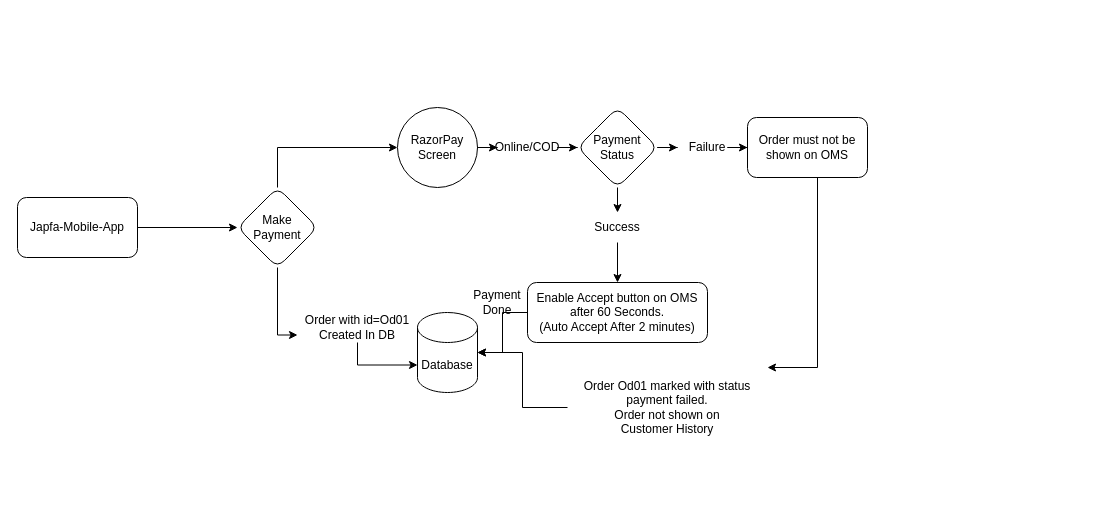
This is Untitled Diagram.drawio from namanchopra21087/design-documents, a draw.io file, before an edit. Source tidied: cells renumbered, new cells numbered last; positions are measured from the earlier drawing's top-left corner, leaving out a move shared by most shapes. Both pictures are drawn from the tidied source at 100%, with x=0, y=0 at pixel (17, 107).
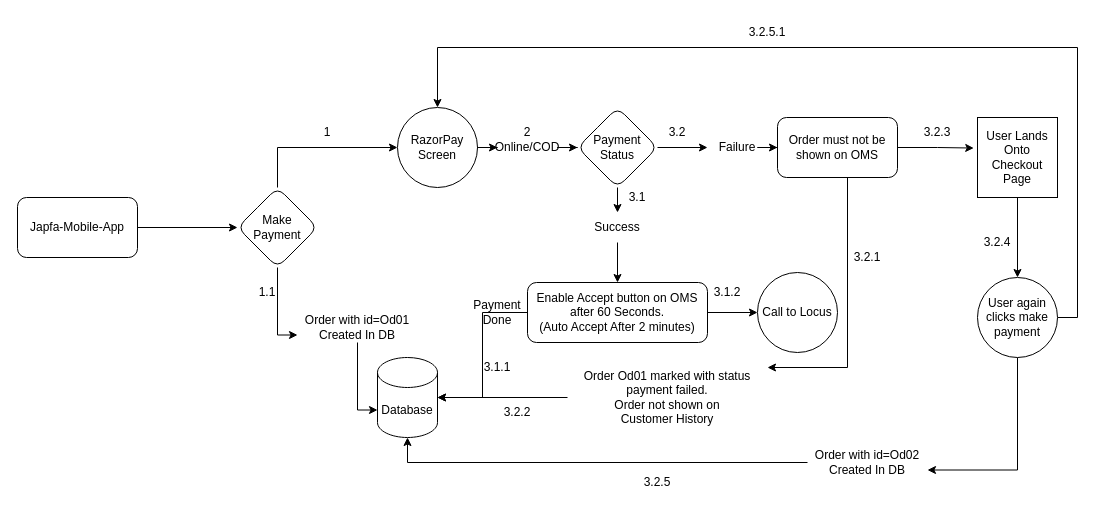
The same diagram, later.

Unchanged cells that the change refers to:
```xml
<mxCell id="11" value="RazorPay&lt;br&gt;Screen" style="ellipse;whiteSpace=wrap;html=1;rounded=1;" parent="1" vertex="1">
  <mxGeometry x="380" width="80" height="80" as="geometry" />
</mxCell>
<mxCell id="15" value="Enable Accept button on OMS after 60 Seconds.&lt;br&gt;(Auto Accept After 2 minutes)" style="rounded=1;whiteSpace=wrap;html=1;" parent="1" vertex="1">
  <mxGeometry x="510" y="175" width="180" height="60" as="geometry" />
</mxCell>
```

What changed in the source:
```diff
@@
     <mxCell id="6" value="Database" style="shape=cylinder3;whiteSpace=wrap;html=1;boundedLbl=1;backgroundOutline=1;size=15;" parent="1" vertex="1">
-      <mxGeometry x="400" y="205" width="60" height="80" as="geometry" />
+      <mxGeometry x="360" y="250" width="60" height="80" as="geometry" />
     </mxCell>
@@
+    <mxCell id="28" style="edgeStyle=orthogonalEdgeStyle;rounded=0;jettySize=auto;html=1;" parent="1" edge="1" source="15" target="44">
+      <mxGeometry relative="1" as="geometry" />
+    </mxCell>
@@
     <mxCell id="17" value="Order must not be shown on OMS" style="whiteSpace=wrap;html=1;rounded=1;" parent="1" vertex="1">
-      <mxGeometry x="730" y="10" width="120" height="60" as="geometry" />
+      <mxGeometry x="760" y="10" width="120" height="60" as="geometry" />
     </mxCell>
@@
     <mxCell id="23" value="Failure" style="text;html=1;strokeColor=none;fillColor=none;align=center;verticalAlign=middle;whiteSpace=wrap;rounded=0;" parent="1" vertex="1">
-      <mxGeometry x="660" y="25" width="60" height="30" as="geometry" />
+      <mxGeometry x="690" y="25" width="60" height="30" as="geometry" />
     </mxCell>
@@
     <mxCell id="25" value="Payment Done" style="text;html=1;strokeColor=none;fillColor=none;align=center;verticalAlign=middle;whiteSpace=wrap;rounded=0;" parent="1" vertex="1">
-      <mxGeometry x="450" y="180" width="60" height="30" as="geometry" />
+      <mxGeometry x="450" y="190" width="60" height="30" as="geometry" />
     </mxCell>
     <mxCell id="26" style="edgeStyle=orthogonalEdgeStyle;rounded=0;jettySize=auto;html=1;" parent="1" edge="1" source="17" target="27">
       <mxGeometry relative="1" as="geometry">
         <Array as="points">
-          <mxPoint x="800" y="260" />
+          <mxPoint x="830" y="260" />
         </Array>
       </mxGeometry>
     </mxCell>
     <mxCell id="27" value="Order Od01 marked with status payment failed.&lt;br&gt;Order not shown on Customer&amp;nbsp;History" style="text;html=1;strokeColor=none;fillColor=none;align=center;verticalAlign=middle;whiteSpace=wrap;rounded=0;" parent="1" vertex="1">
-      <mxGeometry x="550" y="250" width="200" height="100" as="geometry" />
+      <mxGeometry x="550" y="240" width="200" height="100" as="geometry" />
     </mxCell>
+    <mxCell id="29" style="edgeStyle=orthogonalEdgeStyle;rounded=0;jettySize=auto;html=1;" parent="1" edge="1" source="30" target="34">
+      <mxGeometry relative="1" as="geometry" />
+    </mxCell>
+    <mxCell id="30" value="User Lands Onto Checkout Page" style="whiteSpace=wrap;html=1;" parent="1" vertex="1">
+      <mxGeometry x="960" y="10" width="80" height="80" as="geometry" />
+    </mxCell>
+    <mxCell id="31" style="edgeStyle=orthogonalEdgeStyle;rounded=0;jettySize=auto;html=1;entryX=-0.047;entryY=0.382;entryDx=0;entryDy=0;entryPerimeter=0;" parent="1" edge="1" source="17" target="30">
+      <mxGeometry relative="1" as="geometry" />
+    </mxCell>
+    <mxCell id="32" style="edgeStyle=orthogonalEdgeStyle;rounded=0;jettySize=auto;html=1;entryX=1;entryY=0.75;entryDx=0;entryDy=0;exitX=0.5;exitY=1;exitDx=0;exitDy=0;" parent="1" edge="1" source="34" target="36">
+      <mxGeometry relative="1" as="geometry" />
+    </mxCell>
+    <mxCell id="33" style="edgeStyle=orthogonalEdgeStyle;rounded=0;jettySize=auto;html=1;" parent="1" edge="1" source="34" target="11">
+      <mxGeometry relative="1" as="geometry">
+        <Array as="points">
+          <mxPoint x="1060" y="210" />
+          <mxPoint x="1060" y="-60" />
+          <mxPoint x="420" y="-60" />
+        </Array>
+      </mxGeometry>
+    </mxCell>
+    <mxCell id="34" value="User again clicks make payment" style="ellipse;whiteSpace=wrap;html=1;" parent="1" vertex="1">
+      <mxGeometry x="960" y="170" width="80" height="80" as="geometry" />
+    </mxCell>
+    <mxCell id="35" style="edgeStyle=orthogonalEdgeStyle;rounded=0;jettySize=auto;html=1;entryX=0.5;entryY=1;entryDx=0;entryDy=0;entryPerimeter=0;" parent="1" edge="1" source="36" target="6">
+      <mxGeometry relative="1" as="geometry" />
+    </mxCell>
+    <mxCell id="36" value="Order with id=Od02&lt;br&gt;Created In DB" style="text;html=1;strokeColor=none;fillColor=none;align=center;verticalAlign=middle;whiteSpace=wrap;rounded=0;" parent="1" vertex="1">
+      <mxGeometry x="790" y="340" width="120" height="30" as="geometry" />
+    </mxCell>
+    <mxCell id="37" value="1" style="text;html=1;strokeColor=none;fillColor=none;align=center;verticalAlign=middle;whiteSpace=wrap;rounded=0;" parent="1" vertex="1">
+      <mxGeometry x="280" y="10" width="60" height="30" as="geometry" />
+    </mxCell>
+    <mxCell id="38" value="1.1" style="text;html=1;strokeColor=none;fillColor=none;align=center;verticalAlign=middle;whiteSpace=wrap;rounded=0;" parent="1" vertex="1">
+      <mxGeometry x="220" y="170" width="60" height="30" as="geometry" />
+    </mxCell>
+    <mxCell id="39" value="3.2" style="text;html=1;strokeColor=none;fillColor=none;align=center;verticalAlign=middle;whiteSpace=wrap;rounded=0;" parent="1" vertex="1">
+      <mxGeometry x="630" y="10" width="60" height="30" as="geometry" />
+    </mxCell>
+    <mxCell id="40" value="3.1" style="text;html=1;strokeColor=none;fillColor=none;align=center;verticalAlign=middle;whiteSpace=wrap;rounded=0;" parent="1" vertex="1">
+      <mxGeometry x="590" y="75" width="60" height="30" as="geometry" />
+    </mxCell>
+    <mxCell id="41" value="2" style="text;html=1;strokeColor=none;fillColor=none;align=center;verticalAlign=middle;whiteSpace=wrap;rounded=0;" parent="1" vertex="1">
+      <mxGeometry x="480" y="10" width="60" height="30" as="geometry" />
+    </mxCell>
+    <mxCell id="42" value="3.1.2" style="text;html=1;strokeColor=none;fillColor=none;align=center;verticalAlign=middle;whiteSpace=wrap;rounded=0;" parent="1" vertex="1">
+      <mxGeometry x="680" y="170" width="60" height="30" as="geometry" />
+    </mxCell>
+    <mxCell id="43" value="3.1.1" style="text;html=1;strokeColor=none;fillColor=none;align=center;verticalAlign=middle;whiteSpace=wrap;rounded=0;" parent="1" vertex="1">
+      <mxGeometry x="450" y="245" width="60" height="30" as="geometry" />
+    </mxCell>
+    <mxCell id="44" value="Call to Locus" style="ellipse;whiteSpace=wrap;html=1;rounded=1;" parent="1" vertex="1">
+      <mxGeometry x="740" y="165" width="80" height="80" as="geometry" />
+    </mxCell>
+    <mxCell id="45" value="3.2.3" style="text;html=1;strokeColor=none;fillColor=none;align=center;verticalAlign=middle;whiteSpace=wrap;rounded=0;" parent="1" vertex="1">
+      <mxGeometry x="890" y="10" width="60" height="30" as="geometry" />
+    </mxCell>
+    <mxCell id="46" value="3.2.4" style="text;html=1;strokeColor=none;fillColor=none;align=center;verticalAlign=middle;whiteSpace=wrap;rounded=0;" parent="1" vertex="1">
+      <mxGeometry x="950" y="120" width="60" height="30" as="geometry" />
+    </mxCell>
+    <mxCell id="47" value="3.2.5.1" style="text;html=1;strokeColor=none;fillColor=none;align=center;verticalAlign=middle;whiteSpace=wrap;rounded=0;" parent="1" vertex="1">
+      <mxGeometry x="720" y="-90" width="60" height="30" as="geometry" />
+    </mxCell>
+    <mxCell id="48" value="3.2.1" style="text;html=1;strokeColor=none;fillColor=none;align=center;verticalAlign=middle;whiteSpace=wrap;rounded=0;" parent="1" vertex="1">
+      <mxGeometry x="820" y="135" width="60" height="30" as="geometry" />
+    </mxCell>
+    <mxCell id="49" value="3.2.2" style="text;html=1;strokeColor=none;fillColor=none;align=center;verticalAlign=middle;whiteSpace=wrap;rounded=0;" parent="1" vertex="1">
+      <mxGeometry x="470" y="290" width="60" height="30" as="geometry" />
+    </mxCell>
+    <mxCell id="50" value="3.2.5" style="text;html=1;strokeColor=none;fillColor=none;align=center;verticalAlign=middle;whiteSpace=wrap;rounded=0;" parent="1" vertex="1">
+      <mxGeometry x="610" y="360" width="60" height="30" as="geometry" />
+    </mxCell>
```
